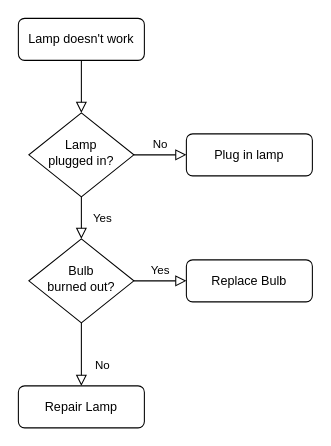
The draw.io diagram Temp Task.drawio in magius007/p136-Mahammad, before the edit. Source tidied: cells renumbered, new cells numbered last; positions are measured from the earlier drawing's top-left corner, leaving out a move shared by most shapes. Both pictures are drawn from the tidied source at 105%, with x=0, y=0 at pixel (18, 18).
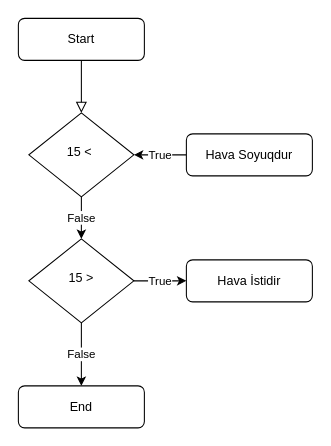
The same diagram, later.

Diff of the diagram source:
```diff
@@
 <mxGraphModel>
   <root>
     <mxCell id="0" />
     <mxCell id="1" parent="0" />
     <mxCell id="2" style="rounded=0;html=1;jettySize=auto;fontSize=11;endArrow=block;endFill=0;endSize=8;strokeWidth=1;shadow=0;labelBackgroundColor=none;edgeStyle=orthogonalEdgeStyle;" parent="1" edge="1" source="3" target="6">
       <mxGeometry relative="1" as="geometry" />
     </mxCell>
-    <mxCell id="3" value="Lamp doesn't work" style="rounded=1;whiteSpace=wrap;html=1;fontSize=12;glass=0;strokeWidth=1;shadow=0;" parent="1" vertex="1">
+    <mxCell id="3" value="Start" style="rounded=1;whiteSpace=wrap;html=1;fontSize=12;glass=0;strokeWidth=1;shadow=0;" parent="1" vertex="1">
       <mxGeometry width="120" height="40" as="geometry" />
     </mxCell>
-    <mxCell id="4" value="Yes" style="rounded=0;html=1;jettySize=auto;fontSize=11;endArrow=block;endFill=0;endSize=8;strokeWidth=1;shadow=0;labelBackgroundColor=none;edgeStyle=orthogonalEdgeStyle;" parent="1" edge="1" source="6" target="10">
-      <mxGeometry y="20" relative="1" as="geometry" />
+    <mxCell id="4" value="False&lt;br&gt;" style="edgeStyle=orthogonalEdgeStyle;rounded=0;jettySize=auto;html=1;" parent="1" edge="1" source="6" target="10">
+      <mxGeometry relative="1" as="geometry" />
     </mxCell>
-    <mxCell id="5" value="No" style="edgeStyle=orthogonalEdgeStyle;rounded=0;html=1;jettySize=auto;fontSize=11;endArrow=block;endFill=0;endSize=8;strokeWidth=1;shadow=0;labelBackgroundColor=none;" parent="1" edge="1" source="6" target="7">
-      <mxGeometry y="10" relative="1" as="geometry" />
-    </mxCell>
-    <mxCell id="6" value="Lamp&lt;br&gt;plugged in?" style="rhombus;whiteSpace=wrap;html=1;shadow=0;fontFamily=Helvetica;fontSize=12;align=center;strokeWidth=1;spacing=6;spacingTop=-4;" parent="1" vertex="1">
+    <mxCell id="6" value="15 &amp;lt;&amp;nbsp;" style="rhombus;whiteSpace=wrap;html=1;shadow=0;fontFamily=Helvetica;fontSize=12;align=center;strokeWidth=1;spacing=6;spacingTop=-4;" parent="1" vertex="1">
       <mxGeometry x="10" y="90" width="100" height="80" as="geometry" />
     </mxCell>
+    <mxCell id="13" value="True" style="edgeStyle=orthogonalEdgeStyle;rounded=0;jettySize=auto;html=1;" parent="1" edge="1" source="7" target="6">
+      <mxGeometry relative="1" as="geometry" />
+    </mxCell>
-    <mxCell id="7" value="Plug in lamp" style="rounded=1;whiteSpace=wrap;html=1;fontSize=12;glass=0;strokeWidth=1;shadow=0;" parent="1" vertex="1">
+    <mxCell id="7" value="Hava Soyuqdur" style="rounded=1;whiteSpace=wrap;html=1;fontSize=12;glass=0;strokeWidth=1;shadow=0;" parent="1" vertex="1">
       <mxGeometry x="160" y="110" width="120" height="40" as="geometry" />
     </mxCell>
+    <mxCell id="9" value="True" style="edgeStyle=orthogonalEdgeStyle;rounded=0;jettySize=auto;html=1;" parent="1" edge="1" source="10" target="12">
+      <mxGeometry relative="1" as="geometry" />
+    </mxCell>
-    <mxCell id="8" value="No" style="rounded=0;html=1;jettySize=auto;fontSize=11;endArrow=block;endFill=0;endSize=8;strokeWidth=1;shadow=0;labelBackgroundColor=none;edgeStyle=orthogonalEdgeStyle;" parent="1" edge="1" source="10" target="11">
-      <mxGeometry x="0.33" y="20" relative="1" as="geometry" />
+    <mxCell id="8" value="False" style="edgeStyle=orthogonalEdgeStyle;rounded=0;jettySize=auto;html=1;" parent="1" edge="1" source="10" target="11">
+      <mxGeometry relative="1" as="geometry" />
     </mxCell>
-    <mxCell id="9" value="Yes" style="edgeStyle=orthogonalEdgeStyle;rounded=0;html=1;jettySize=auto;fontSize=11;endArrow=block;endFill=0;endSize=8;strokeWidth=1;shadow=0;labelBackgroundColor=none;" parent="1" edge="1" source="10" target="12">
-      <mxGeometry y="10" relative="1" as="geometry" />
-    </mxCell>
-    <mxCell id="10" value="Bulb&lt;br&gt;burned out?" style="rhombus;whiteSpace=wrap;html=1;shadow=0;fontFamily=Helvetica;fontSize=12;align=center;strokeWidth=1;spacing=6;spacingTop=-4;" parent="1" vertex="1">
+    <mxCell id="10" value="15 &amp;gt;" style="rhombus;whiteSpace=wrap;html=1;shadow=0;fontFamily=Helvetica;fontSize=12;align=center;strokeWidth=1;spacing=6;spacingTop=-4;" parent="1" vertex="1">
       <mxGeometry x="10" y="210" width="100" height="80" as="geometry" />
     </mxCell>
-    <mxCell id="11" value="Repair Lamp" style="rounded=1;whiteSpace=wrap;html=1;fontSize=12;glass=0;strokeWidth=1;shadow=0;" parent="1" vertex="1">
+    <mxCell id="11" value="End" style="rounded=1;whiteSpace=wrap;html=1;fontSize=12;glass=0;strokeWidth=1;shadow=0;" parent="1" vertex="1">
       <mxGeometry y="350" width="120" height="40" as="geometry" />
     </mxCell>
-    <mxCell id="12" value="Replace Bulb" style="rounded=1;whiteSpace=wrap;html=1;fontSize=12;glass=0;strokeWidth=1;shadow=0;" parent="1" vertex="1">
+    <mxCell id="12" value="Hava İstidir" style="rounded=1;whiteSpace=wrap;html=1;fontSize=12;glass=0;strokeWidth=1;shadow=0;" parent="1" vertex="1">
       <mxGeometry x="160" y="230" width="120" height="40" as="geometry" />
     </mxCell>
   </root>
 </mxGraphModel>
```
